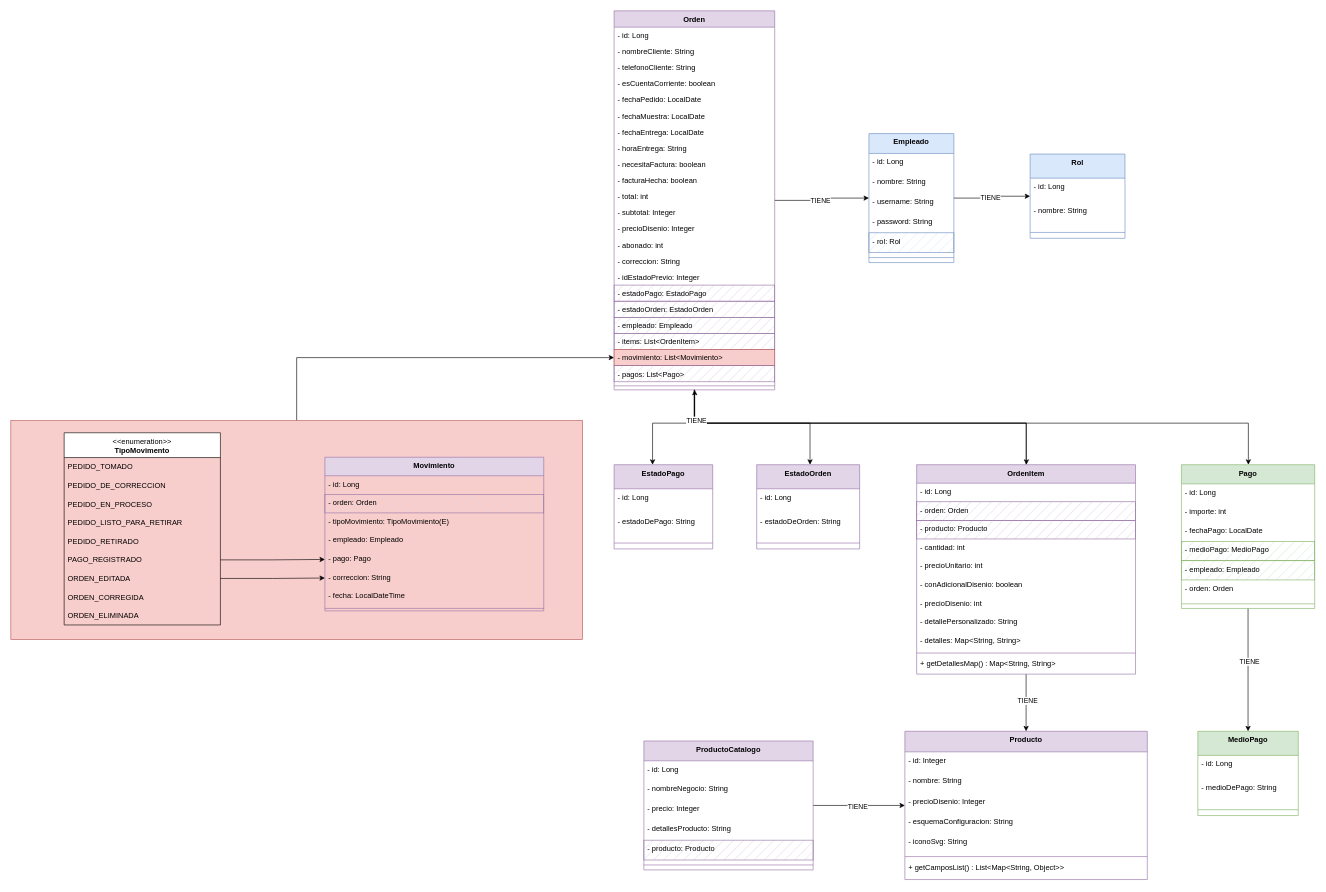
Before: page "Dominios" (1 of 3) of doc/UML Punto Gráfico Web.drawio in puntograficodevs/gestionproductospg, a draw.io diagram. Source tidied: cells renumbered, new cells numbered last; positions are measured from the earlier drawing's top-left corner, leaving out a move shared by most shapes. Both pictures are drawn from the tidied source at 62%, with x=0, y=0 at pixel (11, 11).
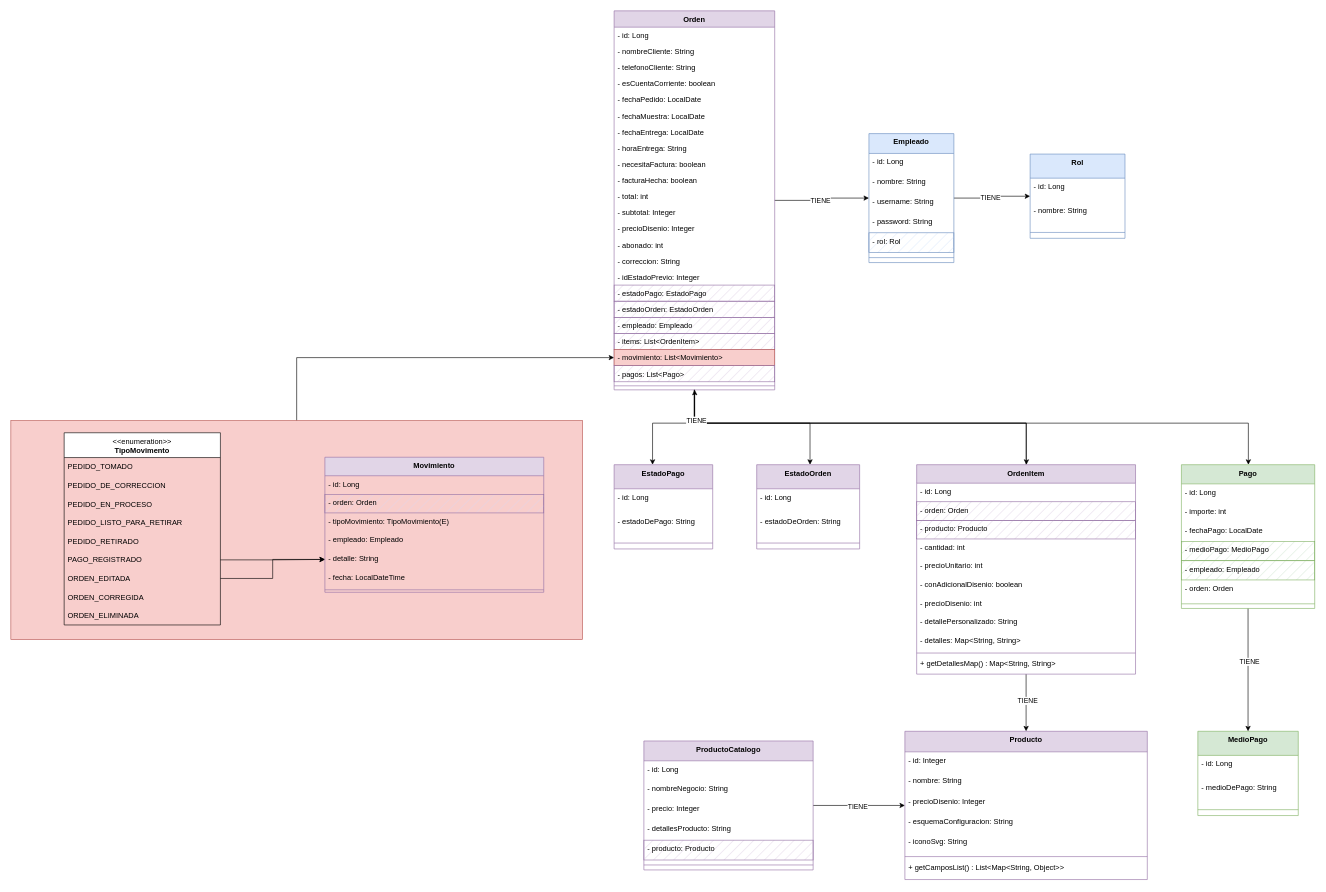
The same page after the edit.

The change refers to these unchanged cells:
```xml
<mxCell id="118" value="PAGO_REGISTRADO" style="text;html=1;strokeColor=none;fillColor=none;align=left;verticalAlign=middle;spacingLeft=4;spacingRight=4;overflow=hidden;points=[[0,0.5],[1,0.5]];portConstraint=eastwest;whiteSpace=wrap;" parent="112" vertex="1">
  <mxGeometry y="190" width="252" height="30" as="geometry" />
</mxCell>
```

The edit, as a diff of the source:
```diff
@@
     <mxCell id="103" value="Movimiento" style="swimlane;fontStyle=1;align=center;verticalAlign=top;horizontal=1;startSize=29.818181818181817;fillColor=#e1d5e7;strokeColor=#9673a6;" parent="1" vertex="1">
-      <mxGeometry x="506.5" y="720" width="353" height="247.8" as="geometry" />
+      <mxGeometry x="506.5" y="720" width="353" height="217.8" as="geometry" />
     </mxCell>
@@
-    <mxCell id="108" value="- pago: Pago" style="text;strokeColor=none;fillColor=none;align=left;verticalAlign=top;spacingLeft=4;spacingRight=4;overflow=hidden;points=[[0,0.5],[1,0.5]];portConstraint=eastwest;" parent="103" vertex="1">
-      <mxGeometry y="149.8" width="353" height="30" as="geometry" />
-    </mxCell>
-    <mxCell id="109" value="- correccion: String" style="text;strokeColor=none;fillColor=none;align=left;verticalAlign=top;spacingLeft=4;spacingRight=4;overflow=hidden;points=[[0,0.5],[1,0.5]];portConstraint=eastwest;" parent="103" vertex="1">
-      <mxGeometry y="179.8" width="353" height="30" as="geometry" />
+    <mxCell id="109" value="- detalle: String" style="text;strokeColor=none;fillColor=none;align=left;verticalAlign=top;spacingLeft=4;spacingRight=4;overflow=hidden;points=[[0,0.5],[1,0.5]];portConstraint=eastwest;" parent="103" vertex="1">
+      <mxGeometry y="149.8" width="353" height="30" as="geometry" />
     </mxCell>
     <mxCell id="110" value="- fecha: LocalDateTime" style="text;strokeColor=none;fillColor=none;align=left;verticalAlign=top;spacingLeft=4;spacingRight=4;overflow=hidden;" parent="103" vertex="1">
-      <mxGeometry y="209.8" width="353" height="30" as="geometry" />
+      <mxGeometry y="179.8" width="353" height="30" as="geometry" />
     </mxCell>
     <mxCell id="111" style="line;strokeWidth=1;fillColor=none;align=left;verticalAlign=middle;spacingTop=-1;spacingLeft=3;spacingRight=3;labelPosition=right;strokeColor=inherit;" parent="103" vertex="1">
-      <mxGeometry y="239.8" width="353" height="8" as="geometry" />
+      <mxGeometry y="209.8" width="353" height="8" as="geometry" />
     </mxCell>
@@
-    <mxCell id="122" style="edgeStyle=orthogonalEdgeStyle;rounded=0;jettySize=auto;html=1;" parent="1" edge="1" source="118" target="108">
-      <mxGeometry relative="1" as="geometry" />
+    <mxCell id="122" style="edgeStyle=orthogonalEdgeStyle;rounded=0;jettySize=auto;html=1;" parent="1" edge="1" source="118">
+      <mxGeometry relative="1" as="geometry">
+        <mxPoint x="506.5" y="884.8" as="targetPoint" />
+      </mxGeometry>
     </mxCell>
```
